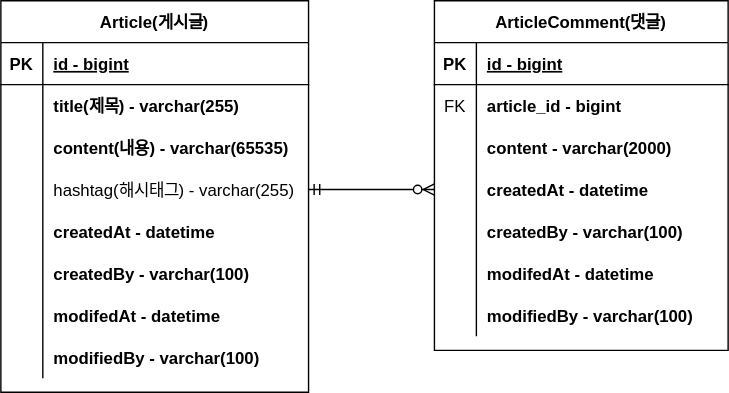
Above: document/project-board-erd.svg in literate-t/board-project (draw.io), before the change. Source tidied: cells renumbered, new cells last; positions are measured from the earlier drawing's top-left corner, leaving out a move shared by most shapes.
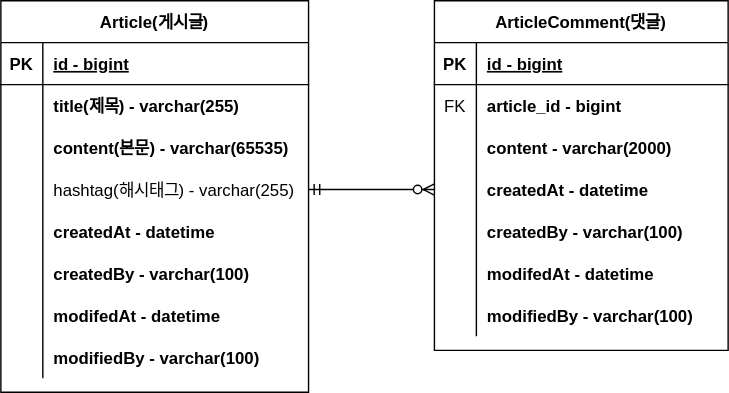
The same file after the commit.

Commit message:
#7 - ERD 주석 업데이트: project-board-erd.svg

Diff of the diagram source:
```diff
@@ -29,7 +29,7 @@
     <mxCell id="10" style="shape=partialRectangle;overflow=hidden;fillColor=none;top=0;left=0;bottom=0;right=0;" parent="9" vertex="1">
       <mxGeometry width="30" height="30" as="geometry" />
     </mxCell>
-    <mxCell id="11" value="content(내용) - varchar(65535)" style="shape=partialRectangle;overflow=hidden;fillColor=none;top=0;left=0;bottom=0;right=0;align=left;spacingLeft=6;fontStyle=1;" parent="9" vertex="1">
+    <mxCell id="11" value="content(본문) - varchar(65535)" style="shape=partialRectangle;overflow=hidden;fillColor=none;top=0;left=0;bottom=0;right=0;align=left;spacingLeft=6;fontStyle=1;" parent="9" vertex="1">
       <mxGeometry x="30" width="190" height="30" as="geometry" />
     </mxCell>
     <mxCell id="12" style="shape=partialRectangle;fillColor=none;points=[[0,0.5],[1,0.5]];portConstraint=eastwest;top=0;left=0;right=0;bottom=0;" parent="2" vertex="1">
```
